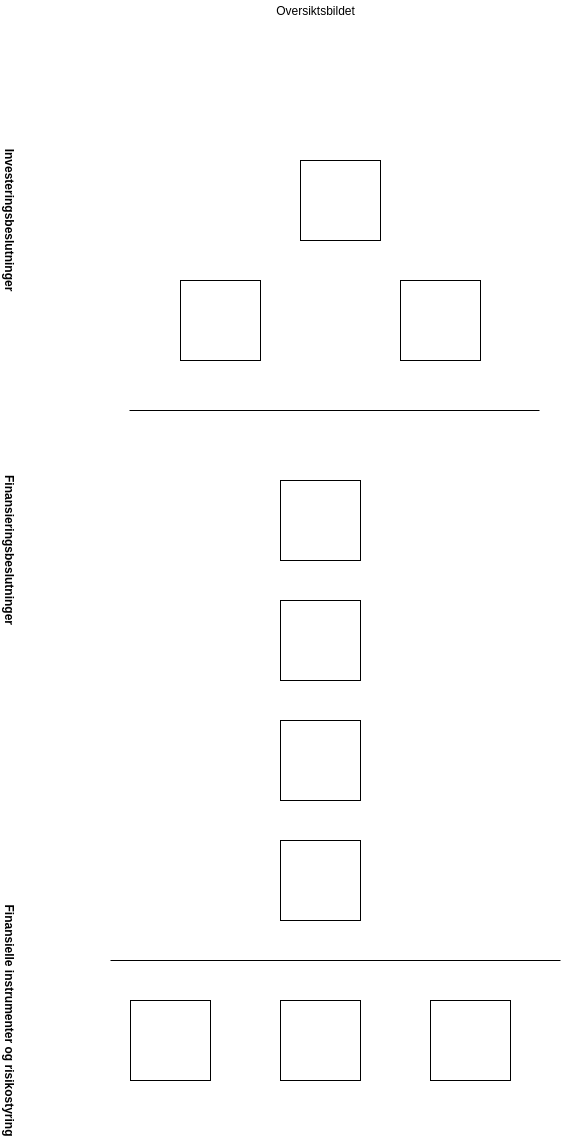
Above: drawio/oversiktsbildet.png in joernih/SFB30820Finansteori (draw.io), before the change. Source tidied: cells renumbered, new cells last; positions are measured from the earlier drawing's top-left corner, leaving out a move shared by most shapes. Its diagram source:
```xml
<mxGraphModel>
  <root>
    <mxCell id="0" />
    <mxCell id="1" parent="0" />
    <mxCell id="2" style="whiteSpace=wrap;html=1;" parent="1" vertex="1">
      <mxGeometry x="415" y="160" width="80" height="80" as="geometry" />
    </mxCell>
    <mxCell id="3" style="whiteSpace=wrap;html=1;" parent="1" vertex="1">
      <mxGeometry x="295" y="280" width="80" height="80" as="geometry" />
    </mxCell>
    <mxCell id="4" style="whiteSpace=wrap;html=1;" parent="1" vertex="1">
      <mxGeometry x="515" y="280" width="80" height="80" as="geometry" />
    </mxCell>
    <mxCell id="5" style="endArrow=none;html=1;" parent="1" edge="1">
      <mxGeometry relative="1" as="geometry">
        <mxPoint x="244" y="410" as="sourcePoint" />
        <mxPoint x="654" y="410" as="targetPoint" />
      </mxGeometry>
    </mxCell>
    <mxCell id="6" style="whiteSpace=wrap;html=1;" parent="1" vertex="1">
      <mxGeometry x="395" y="480" width="80" height="80" as="geometry" />
    </mxCell>
    <mxCell id="7" style="whiteSpace=wrap;html=1;" parent="1" vertex="1">
      <mxGeometry x="395" y="600" width="80" height="80" as="geometry" />
    </mxCell>
    <mxCell id="8" style="whiteSpace=wrap;html=1;" parent="1" vertex="1">
      <mxGeometry x="395" y="720" width="80" height="80" as="geometry" />
    </mxCell>
    <mxCell id="9" style="whiteSpace=wrap;html=1;" parent="1" vertex="1">
      <mxGeometry x="395" y="840" width="80" height="80" as="geometry" />
    </mxCell>
    <mxCell id="10" style="endArrow=none;html=1;" parent="1" edge="1">
      <mxGeometry relative="1" as="geometry">
        <mxPoint x="225" y="960" as="sourcePoint" />
        <mxPoint x="675" y="960" as="targetPoint" />
      </mxGeometry>
    </mxCell>
    <mxCell id="11" style="whiteSpace=wrap;html=1;" parent="1" vertex="1">
      <mxGeometry x="245" y="1000" width="80" height="80" as="geometry" />
    </mxCell>
    <mxCell id="12" style="whiteSpace=wrap;html=1;" parent="1" vertex="1">
      <mxGeometry x="395" y="1000" width="80" height="80" as="geometry" />
    </mxCell>
    <mxCell id="13" style="whiteSpace=wrap;html=1;" parent="1" vertex="1">
      <mxGeometry x="545" y="1000" width="80" height="80" as="geometry" />
    </mxCell>
    <mxCell id="14" value="Investeringsbeslutninger" style="text;html=1;strokeColor=none;fillColor=none;align=center;verticalAlign=middle;whiteSpace=wrap;rounded=0;rotation=90;fontStyle=1;" parent="1" vertex="1">
      <mxGeometry x="105" y="210" width="40" height="20" as="geometry" />
    </mxCell>
    <mxCell id="15" value="Finansieringsbeslutninger" style="text;html=1;strokeColor=none;fillColor=none;align=center;verticalAlign=middle;whiteSpace=wrap;rounded=0;rotation=90;fontStyle=1;" parent="1" vertex="1">
      <mxGeometry x="105" y="540" width="40" height="20" as="geometry" />
    </mxCell>
    <mxCell id="16" value="Finansielle instrumenter og risikostyring" style="text;html=1;align=center;verticalAlign=middle;strokeColor=none;rotation=90;fontStyle=1;" parent="1" vertex="1">
      <mxGeometry y="1010" width="250" height="20" as="geometry" />
    </mxCell>
    <mxCell id="17" value="Oversiktsbildet" style="text;html=1;align=center;verticalAlign=middle;strokeColor=none;" parent="1" vertex="1">
      <mxGeometry x="385" width="90" height="20" as="geometry" />
    </mxCell>
  </root>
</mxGraphModel>
```
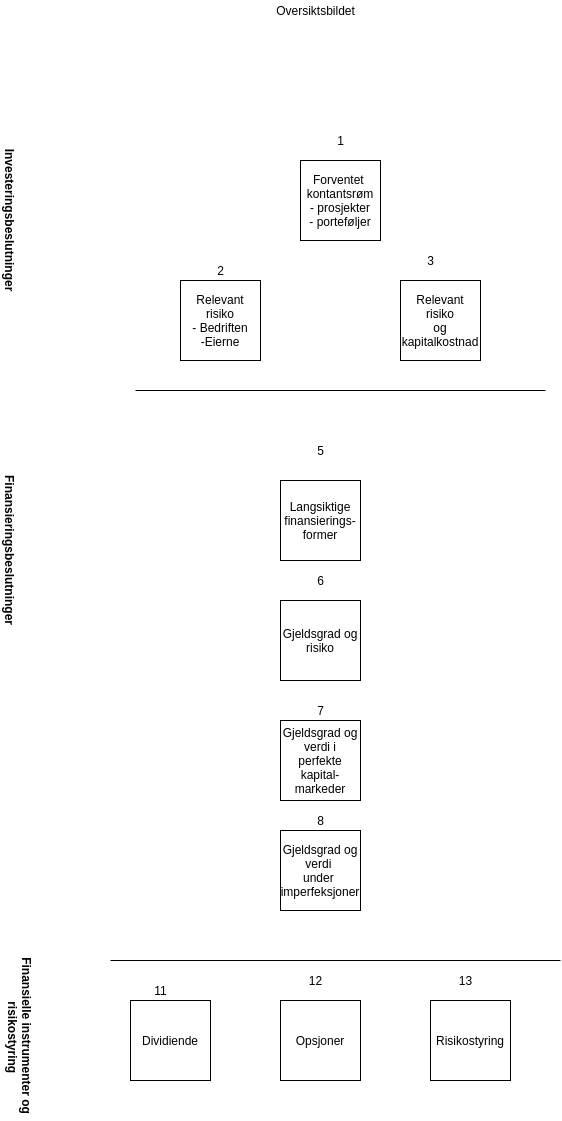
The same file after the commit.

Diff of the diagram source:
```diff
@@ -2,46 +2,43 @@
   <root>
     <mxCell id="0" />
     <mxCell id="1" parent="0" />
-    <mxCell id="2" style="whiteSpace=wrap;html=1;" parent="1" vertex="1">
+    <mxCell id="2" value="Forventet&amp;nbsp;&lt;br&gt;kontantsrøm&lt;br&gt;- prosjekter&lt;br&gt;- porteføljer" style="whiteSpace=wrap;html=1;" parent="1" vertex="1">
       <mxGeometry x="415" y="160" width="80" height="80" as="geometry" />
     </mxCell>
-    <mxCell id="3" style="whiteSpace=wrap;html=1;" parent="1" vertex="1">
+    <mxCell id="3" value="Relevant risiko&lt;br&gt;- Bedriften&lt;br&gt;-Eierne" style="whiteSpace=wrap;html=1;" parent="1" vertex="1">
       <mxGeometry x="295" y="280" width="80" height="80" as="geometry" />
     </mxCell>
-    <mxCell id="4" style="whiteSpace=wrap;html=1;" parent="1" vertex="1">
+    <mxCell id="4" value="Relevant risiko&lt;br&gt;og kapitalkostnad" style="whiteSpace=wrap;html=1;" parent="1" vertex="1">
       <mxGeometry x="515" y="280" width="80" height="80" as="geometry" />
     </mxCell>
     <mxCell id="5" style="endArrow=none;html=1;" parent="1" edge="1">
       <mxGeometry relative="1" as="geometry">
-        <mxPoint x="244" y="410" as="sourcePoint" />
-        <mxPoint x="654" y="410" as="targetPoint" />
+        <mxPoint x="250" y="390" as="sourcePoint" />
+        <mxPoint x="660" y="390" as="targetPoint" />
       </mxGeometry>
     </mxCell>
-    <mxCell id="6" style="whiteSpace=wrap;html=1;" parent="1" vertex="1">
+    <mxCell id="6" value="Langsiktige&lt;br&gt;finansierings-&lt;br&gt;former" style="whiteSpace=wrap;html=1;" parent="1" vertex="1">
       <mxGeometry x="395" y="480" width="80" height="80" as="geometry" />
     </mxCell>
-    <mxCell id="7" style="whiteSpace=wrap;html=1;" parent="1" vertex="1">
+    <mxCell id="7" value="Gjeldsgrad og risiko" style="whiteSpace=wrap;html=1;" parent="1" vertex="1">
       <mxGeometry x="395" y="600" width="80" height="80" as="geometry" />
     </mxCell>
-    <mxCell id="8" style="whiteSpace=wrap;html=1;" parent="1" vertex="1">
+    <mxCell id="8" value="Gjeldsgrad og&lt;br&gt;verdi i&lt;br&gt;perfekte&lt;br&gt;kapital-&lt;br&gt;markeder" style="whiteSpace=wrap;html=1;" parent="1" vertex="1">
       <mxGeometry x="395" y="720" width="80" height="80" as="geometry" />
     </mxCell>
-    <mxCell id="9" style="whiteSpace=wrap;html=1;" parent="1" vertex="1">
-      <mxGeometry x="395" y="840" width="80" height="80" as="geometry" />
-    </mxCell>
     <mxCell id="10" style="endArrow=none;html=1;" parent="1" edge="1">
       <mxGeometry relative="1" as="geometry">
         <mxPoint x="225" y="960" as="sourcePoint" />
         <mxPoint x="675" y="960" as="targetPoint" />
       </mxGeometry>
     </mxCell>
-    <mxCell id="11" style="whiteSpace=wrap;html=1;" parent="1" vertex="1">
+    <mxCell id="11" value="Dividiende" style="whiteSpace=wrap;html=1;" parent="1" vertex="1">
       <mxGeometry x="245" y="1000" width="80" height="80" as="geometry" />
     </mxCell>
-    <mxCell id="12" style="whiteSpace=wrap;html=1;" parent="1" vertex="1">
+    <mxCell id="12" value="Opsjoner" style="whiteSpace=wrap;html=1;" parent="1" vertex="1">
       <mxGeometry x="395" y="1000" width="80" height="80" as="geometry" />
     </mxCell>
-    <mxCell id="13" style="whiteSpace=wrap;html=1;" parent="1" vertex="1">
+    <mxCell id="13" value="Risikostyring" style="whiteSpace=wrap;html=1;" parent="1" vertex="1">
       <mxGeometry x="545" y="1000" width="80" height="80" as="geometry" />
     </mxCell>
     <mxCell id="14" value="Investeringsbeslutninger" style="text;html=1;strokeColor=none;fillColor=none;align=center;verticalAlign=middle;whiteSpace=wrap;rounded=0;rotation=90;fontStyle=1;" parent="1" vertex="1">
@@ -50,11 +47,44 @@
     <mxCell id="15" value="Finansieringsbeslutninger" style="text;html=1;strokeColor=none;fillColor=none;align=center;verticalAlign=middle;whiteSpace=wrap;rounded=0;rotation=90;fontStyle=1;" parent="1" vertex="1">
       <mxGeometry x="105" y="540" width="40" height="20" as="geometry" />
     </mxCell>
-    <mxCell id="16" value="Finansielle instrumenter og risikostyring" style="text;html=1;align=center;verticalAlign=middle;strokeColor=none;rotation=90;fontStyle=1;" parent="1" vertex="1">
-      <mxGeometry y="1010" width="250" height="20" as="geometry" />
+    <mxCell id="16" value="Finansielle instrumenter og&lt;br&gt;&amp;nbsp;risikostyring" style="text;html=1;align=center;verticalAlign=middle;strokeColor=none;rotation=90;fontStyle=1;" parent="1" vertex="1">
+      <mxGeometry x="50" y="1020" width="170" height="30" as="geometry" />
     </mxCell>
     <mxCell id="17" value="Oversiktsbildet" style="text;html=1;align=center;verticalAlign=middle;strokeColor=none;" parent="1" vertex="1">
       <mxGeometry x="385" width="90" height="20" as="geometry" />
     </mxCell>
+    <mxCell id="18" value="1" style="text;html=1;align=center;verticalAlign=middle;strokeColor=none;" parent="1" vertex="1">
+      <mxGeometry x="445" y="130" width="20" height="20" as="geometry" />
+    </mxCell>
+    <mxCell id="19" value="2" style="text;html=1;align=center;verticalAlign=middle;strokeColor=none;" parent="1" vertex="1">
+      <mxGeometry x="325" y="260" width="20" height="20" as="geometry" />
+    </mxCell>
+    <mxCell id="20" value="3" style="text;html=1;align=center;verticalAlign=middle;strokeColor=none;" parent="1" vertex="1">
+      <mxGeometry x="535" y="250" width="20" height="20" as="geometry" />
+    </mxCell>
+    <mxCell id="21" value="5" style="text;html=1;align=center;verticalAlign=middle;strokeColor=none;" parent="1" vertex="1">
+      <mxGeometry x="425" y="440" width="20" height="20" as="geometry" />
+    </mxCell>
+    <mxCell id="22" value="6" style="text;html=1;align=center;verticalAlign=middle;strokeColor=none;" parent="1" vertex="1">
+      <mxGeometry x="425" y="570" width="20" height="20" as="geometry" />
+    </mxCell>
+    <mxCell id="23" value="7" style="text;html=1;align=center;verticalAlign=middle;strokeColor=none;" parent="1" vertex="1">
+      <mxGeometry x="425" y="700" width="20" height="20" as="geometry" />
+    </mxCell>
+    <mxCell id="24" value="8" style="text;html=1;align=center;verticalAlign=middle;strokeColor=none;" parent="1" vertex="1">
+      <mxGeometry x="425" y="810" width="20" height="20" as="geometry" />
+    </mxCell>
+    <mxCell id="25" value="11" style="text;html=1;align=center;verticalAlign=middle;strokeColor=none;" parent="1" vertex="1">
+      <mxGeometry x="260" y="980" width="30" height="20" as="geometry" />
+    </mxCell>
+    <mxCell id="26" value="12" style="text;html=1;align=center;verticalAlign=middle;strokeColor=none;" parent="1" vertex="1">
+      <mxGeometry x="415" y="970" width="30" height="20" as="geometry" />
+    </mxCell>
+    <mxCell id="27" value="13" style="text;html=1;align=center;verticalAlign=middle;strokeColor=none;" parent="1" vertex="1">
+      <mxGeometry x="565" y="970" width="30" height="20" as="geometry" />
+    </mxCell>
+    <mxCell id="28" value="Gjeldsgrad og&lt;br&gt;verdi&amp;nbsp;&lt;br&gt;under&amp;nbsp;&lt;br&gt;imperfeksjoner" style="whiteSpace=wrap;html=1;" parent="1" vertex="1">
+      <mxGeometry x="395" y="830" width="80" height="80" as="geometry" />
+    </mxCell>
   </root>
 </mxGraphModel>
```
